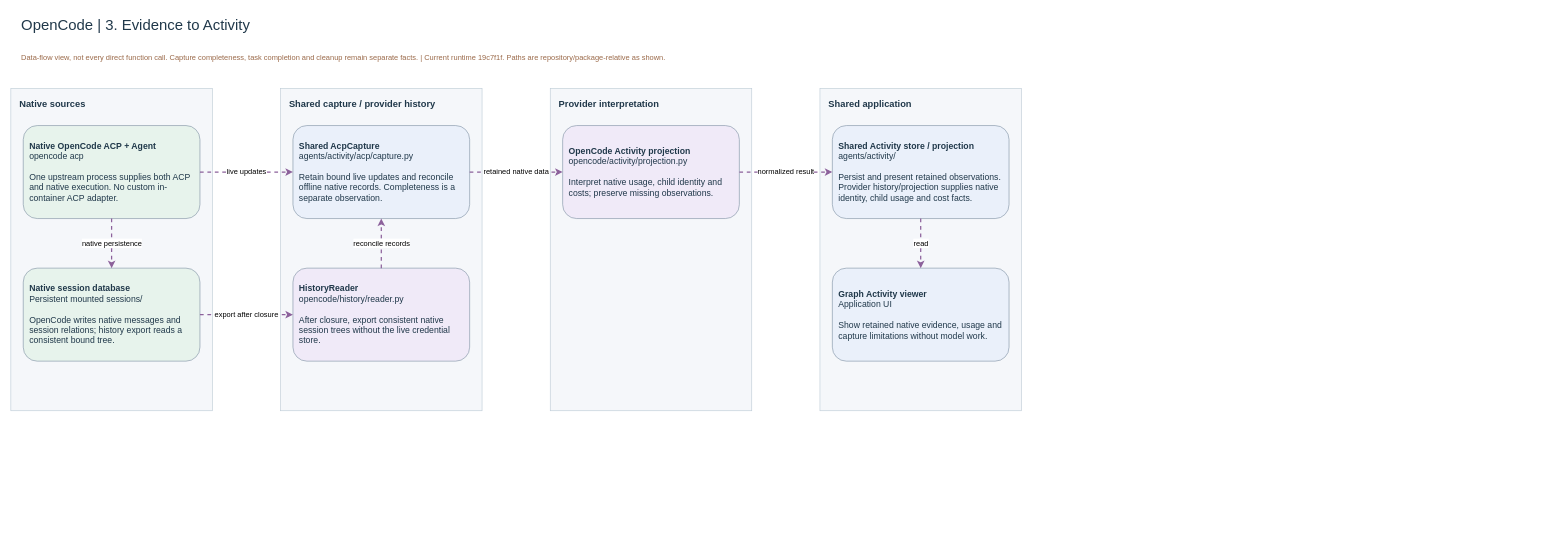
The draw.io diagram page "3. Evidence to Activity" (3 of 3) of docs/features/agents/assets/provider-interactions/opencode-custom-code.drawio in amadou-6e/laomedo, before the edit. Source tidied: cells renumbered, new cells numbered last; positions are measured from the earlier drawing's top-left corner, leaving out a move shared by most shapes. Both pictures are drawn from the tidied source at 62%, with x=0, y=0 at pixel (11, 11).
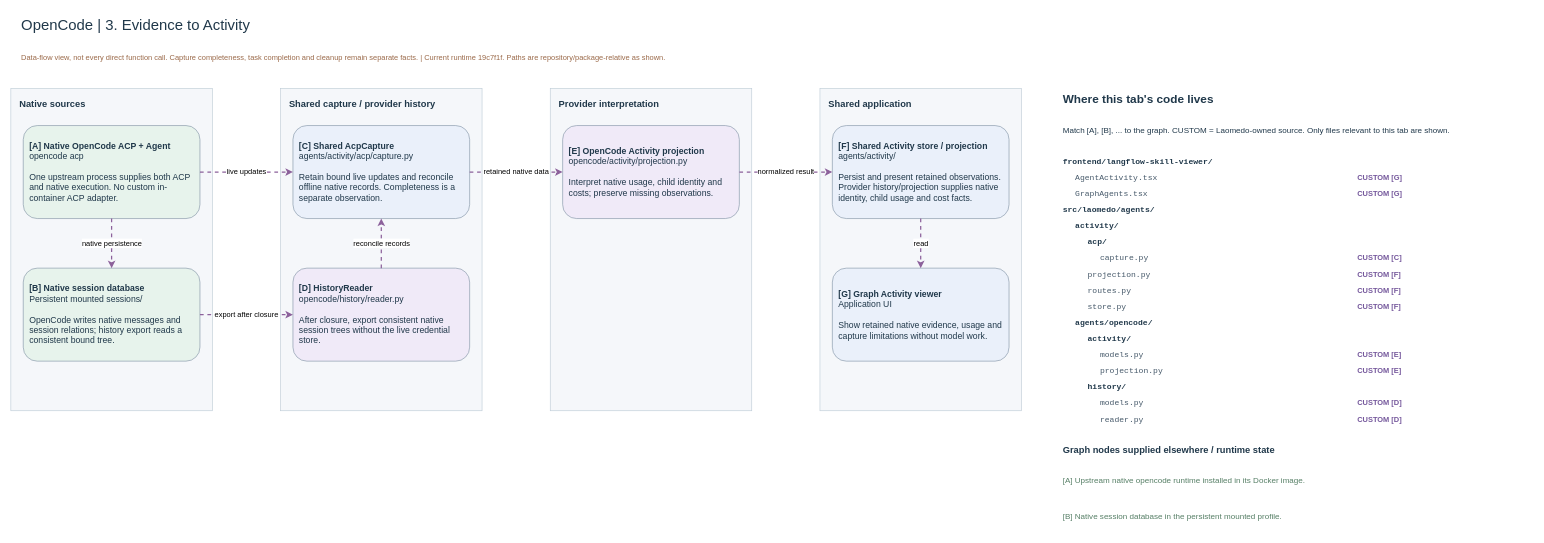
After the change.

Unchanged cells that the change refers to:
```xml
<mxCell id="4" value="Native sources" style="rounded=0;whiteSpace=wrap;html=1;resizeChildren=0;align=left;verticalAlign=top;spacingLeft=12;spacingTop=10;fillColor=#F5F7FA;strokeColor=#BDCBD6;fontColor=#20384A;fontSize=15;fontStyle=1;" parent="1" vertex="1">
  <mxGeometry y="125" width="325" height="520" as="geometry" />
</mxCell>
<mxCell id="7" value="Shared capture / provider history" style="rounded=0;whiteSpace=wrap;html=1;resizeChildren=0;align=left;verticalAlign=top;spacingLeft=12;spacingTop=10;fillColor=#F5F7FA;strokeColor=#BDCBD6;fontColor=#20384A;fontSize=15;fontStyle=1;" parent="1" vertex="1">
  <mxGeometry x="435" y="125" width="325" height="520" as="geometry" />
</mxCell>
<mxCell id="10" value="Provider interpretation" style="rounded=0;whiteSpace=wrap;html=1;resizeChildren=0;align=left;verticalAlign=top;spacingLeft=12;spacingTop=10;fillColor=#F5F7FA;strokeColor=#BDCBD6;fontColor=#20384A;fontSize=15;fontStyle=1;" parent="1" vertex="1">
  <mxGeometry x="870" y="125" width="325" height="520" as="geometry" />
</mxCell>
<mxCell id="12" value="Shared application" style="rounded=0;whiteSpace=wrap;html=1;resizeChildren=0;align=left;verticalAlign=top;spacingLeft=12;spacingTop=10;fillColor=#F5F7FA;strokeColor=#BDCBD6;fontColor=#20384A;fontSize=15;fontStyle=1;" parent="1" vertex="1">
  <mxGeometry x="1305" y="125" width="325" height="520" as="geometry" />
</mxCell>
```

Change to the diagram source:
```diff
@@
-    <mxCell id="5" value="&lt;b&gt;Native OpenCode ACP + Agent&lt;/b&gt;&lt;br/&gt;opencode acp&lt;br/&gt;&lt;br/&gt;One upstream process supplies both ACP and native execution. No custom in-container ACP adapter." style="shape=rectangle;rounded=1;whiteSpace=wrap;html=1;align=left;verticalAlign=middle;spacing=10;fillColor=#E7F3EC;strokeColor=#8193A5;fontColor=#20384A;fontSize=14;" parent="4" vertex="1">
+    <mxCell id="5" value="&lt;b&gt;[A] Native OpenCode ACP + Agent&lt;/b&gt;&lt;br/&gt;opencode acp&lt;br/&gt;&lt;br/&gt;One upstream process supplies both ACP and native execution. No custom in-container ACP adapter." style="shape=rectangle;rounded=1;whiteSpace=wrap;html=1;align=left;verticalAlign=middle;spacing=10;fillColor=#E7F3EC;strokeColor=#8193A5;fontColor=#20384A;fontSize=14;" parent="4" vertex="1">
       <mxGeometry x="20" y="60" width="285" height="150" as="geometry" />
     </mxCell>
-    <mxCell id="6" value="&lt;b&gt;Native session database&lt;/b&gt;&lt;br/&gt;Persistent mounted sessions/&lt;br/&gt;&lt;br/&gt;OpenCode writes native messages and session relations; history export reads a consistent bound tree." style="shape=rectangle;rounded=1;whiteSpace=wrap;html=1;align=left;verticalAlign=middle;spacing=10;fillColor=#E7F3EC;strokeColor=#8193A5;fontColor=#20384A;fontSize=14;" parent="4" vertex="1">
+    <mxCell id="6" value="&lt;b&gt;[B] Native session database&lt;/b&gt;&lt;br/&gt;Persistent mounted sessions/&lt;br/&gt;&lt;br/&gt;OpenCode writes native messages and session relations; history export reads a consistent bound tree." style="shape=rectangle;rounded=1;whiteSpace=wrap;html=1;align=left;verticalAlign=middle;spacing=10;fillColor=#E7F3EC;strokeColor=#8193A5;fontColor=#20384A;fontSize=14;" parent="4" vertex="1">
       <mxGeometry x="20" y="290" width="285" height="150" as="geometry" />
     </mxCell>
@@
-    <mxCell id="8" value="&lt;b&gt;Shared AcpCapture&lt;/b&gt;&lt;br/&gt;agents/activity/acp/capture.py&lt;br/&gt;&lt;br/&gt;Retain bound live updates and reconcile offline native records. Completeness is a separate observation." style="shape=rectangle;rounded=1;whiteSpace=wrap;html=1;align=left;verticalAlign=middle;spacing=10;fillColor=#EAF0FA;strokeColor=#8193A5;fontColor=#20384A;fontSize=14;" parent="7" vertex="1">
+    <mxCell id="8" value="&lt;b&gt;[C] Shared AcpCapture&lt;/b&gt;&lt;br/&gt;agents/activity/acp/capture.py&lt;br/&gt;&lt;br/&gt;Retain bound live updates and reconcile offline native records. Completeness is a separate observation." style="shape=rectangle;rounded=1;whiteSpace=wrap;html=1;align=left;verticalAlign=middle;spacing=10;fillColor=#EAF0FA;strokeColor=#8193A5;fontColor=#20384A;fontSize=14;" parent="7" vertex="1">
       <mxGeometry x="20" y="60" width="285" height="150" as="geometry" />
     </mxCell>
-    <mxCell id="9" value="&lt;b&gt;HistoryReader&lt;/b&gt;&lt;br/&gt;opencode/history/reader.py&lt;br/&gt;&lt;br/&gt;After closure, export consistent native session trees without the live credential store." style="shape=rectangle;rounded=1;whiteSpace=wrap;html=1;align=left;verticalAlign=middle;spacing=10;fillColor=#F0EAF8;strokeColor=#8193A5;fontColor=#20384A;fontSize=14;" parent="7" vertex="1">
+    <mxCell id="9" value="&lt;b&gt;[D] HistoryReader&lt;/b&gt;&lt;br/&gt;opencode/history/reader.py&lt;br/&gt;&lt;br/&gt;After closure, export consistent native session trees without the live credential store." style="shape=rectangle;rounded=1;whiteSpace=wrap;html=1;align=left;verticalAlign=middle;spacing=10;fillColor=#F0EAF8;strokeColor=#8193A5;fontColor=#20384A;fontSize=14;" parent="7" vertex="1">
       <mxGeometry x="20" y="290" width="285" height="150" as="geometry" />
     </mxCell>
@@
-    <mxCell id="11" value="&lt;b&gt;OpenCode Activity projection&lt;/b&gt;&lt;br/&gt;opencode/activity/projection.py&lt;br/&gt;&lt;br/&gt;Interpret native usage, child identity and costs; preserve missing observations." style="shape=rectangle;rounded=1;whiteSpace=wrap;html=1;align=left;verticalAlign=middle;spacing=10;fillColor=#F0EAF8;strokeColor=#8193A5;fontColor=#20384A;fontSize=14;" parent="10" vertex="1">
+    <mxCell id="11" value="&lt;b&gt;[E] OpenCode Activity projection&lt;/b&gt;&lt;br/&gt;opencode/activity/projection.py&lt;br/&gt;&lt;br/&gt;Interpret native usage, child identity and costs; preserve missing observations." style="shape=rectangle;rounded=1;whiteSpace=wrap;html=1;align=left;verticalAlign=middle;spacing=10;fillColor=#F0EAF8;strokeColor=#8193A5;fontColor=#20384A;fontSize=14;" parent="10" vertex="1">
       <mxGeometry x="20" y="60" width="285" height="150" as="geometry" />
     </mxCell>
@@
-    <mxCell id="13" value="&lt;b&gt;Shared Activity store / projection&lt;/b&gt;&lt;br/&gt;agents/activity/&lt;br/&gt;&lt;br/&gt;Persist and present retained observations. Provider history/projection supplies native identity, child usage and cost facts." style="shape=rectangle;rounded=1;whiteSpace=wrap;html=1;align=left;verticalAlign=middle;spacing=10;fillColor=#EAF0FA;strokeColor=#8193A5;fontColor=#20384A;fontSize=14;" parent="12" vertex="1">
+    <mxCell id="13" value="&lt;b&gt;[F] Shared Activity store / projection&lt;/b&gt;&lt;br/&gt;agents/activity/&lt;br/&gt;&lt;br/&gt;Persist and present retained observations. Provider history/projection supplies native identity, child usage and cost facts." style="shape=rectangle;rounded=1;whiteSpace=wrap;html=1;align=left;verticalAlign=middle;spacing=10;fillColor=#EAF0FA;strokeColor=#8193A5;fontColor=#20384A;fontSize=14;" parent="12" vertex="1">
       <mxGeometry x="20" y="60" width="285" height="150" as="geometry" />
     </mxCell>
-    <mxCell id="14" value="&lt;b&gt;Graph Activity viewer&lt;/b&gt;&lt;br/&gt;Application UI&lt;br/&gt;&lt;br/&gt;Show retained native evidence, usage and capture limitations without model work." style="shape=rectangle;rounded=1;whiteSpace=wrap;html=1;align=left;verticalAlign=middle;spacing=10;fillColor=#EAF0FA;strokeColor=#8193A5;fontColor=#20384A;fontSize=14;" parent="12" vertex="1">
+    <mxCell id="14" value="&lt;b&gt;[G] Graph Activity viewer&lt;/b&gt;&lt;br/&gt;Application UI&lt;br/&gt;&lt;br/&gt;Show retained native evidence, usage and capture limitations without model work." style="shape=rectangle;rounded=1;whiteSpace=wrap;html=1;align=left;verticalAlign=middle;spacing=10;fillColor=#EAF0FA;strokeColor=#8193A5;fontColor=#20384A;fontSize=14;" parent="12" vertex="1">
       <mxGeometry x="20" y="290" width="285" height="150" as="geometry" />
     </mxCell>
@@
+    <mxCell id="22" value="Where this tab&amp;#x27;s code lives" style="text;html=1;whiteSpace=wrap;align=left;verticalAlign=middle;strokeColor=none;fillColor=none;fontFamily=Arial;fontSize=19;fontColor=#20384A;fontStyle=1;" parent="1" vertex="1">
+      <mxGeometry x="1695" y="125" width="760" height="35" as="geometry" />
+    </mxCell>
+    <mxCell id="23" value="Match [A], [B], ... to the graph. CUSTOM = Laomedo-owned source. Only files relevant to this tab are shown." style="text;html=1;whiteSpace=wrap;align=left;verticalAlign=middle;strokeColor=none;fillColor=none;fontFamily=Arial;fontSize=13;fontColor=#20384A;fontStyle=0;" parent="1" vertex="1">
+      <mxGeometry x="1695" y="165" width="760" height="55" as="geometry" />
+    </mxCell>
+    <mxCell id="24" value="frontend/langflow-skill-viewer/" style="text;html=1;whiteSpace=wrap;align=left;verticalAlign=middle;strokeColor=none;fillColor=none;fontFamily=Consolas;fontSize=13;fontColor=#20384A;fontStyle=1;" parent="1" vertex="1">
+      <mxGeometry x="1695" y="230" width="465" height="25" as="geometry" />
+    </mxCell>
+    <mxCell id="25" value="AgentActivity.tsx" style="text;html=1;whiteSpace=wrap;align=left;verticalAlign=middle;strokeColor=none;fillColor=none;fontFamily=Consolas;fontSize=13;fontColor=#455869;fontStyle=0;" parent="1" vertex="1">
+      <mxGeometry x="1715" y="256" width="445" height="25" as="geometry" />
+    </mxCell>
+    <mxCell id="26" value="CUSTOM  [G]" style="text;html=1;whiteSpace=wrap;align=left;verticalAlign=middle;strokeColor=none;fillColor=none;fontFamily=Arial;fontSize=12;fontColor=#75589C;fontStyle=1;" parent="1" vertex="1">
+      <mxGeometry x="2170" y="256" width="280" height="25" as="geometry" />
+    </mxCell>
+    <mxCell id="27" value="GraphAgents.tsx" style="text;html=1;whiteSpace=wrap;align=left;verticalAlign=middle;strokeColor=none;fillColor=none;fontFamily=Consolas;fontSize=13;fontColor=#455869;fontStyle=0;" parent="1" vertex="1">
+      <mxGeometry x="1715" y="282" width="445" height="25" as="geometry" />
+    </mxCell>
+    <mxCell id="28" value="CUSTOM  [G]" style="text;html=1;whiteSpace=wrap;align=left;verticalAlign=middle;strokeColor=none;fillColor=none;fontFamily=Arial;fontSize=12;fontColor=#75589C;fontStyle=1;" parent="1" vertex="1">
+      <mxGeometry x="2170" y="282" width="280" height="25" as="geometry" />
+    </mxCell>
+    <mxCell id="29" value="src/laomedo/agents/" style="text;html=1;whiteSpace=wrap;align=left;verticalAlign=middle;strokeColor=none;fillColor=none;fontFamily=Consolas;fontSize=13;fontColor=#20384A;fontStyle=1;" parent="1" vertex="1">
+      <mxGeometry x="1695" y="308" width="465" height="25" as="geometry" />
+    </mxCell>
+    <mxCell id="30" value="activity/" style="text;html=1;whiteSpace=wrap;align=left;verticalAlign=middle;strokeColor=none;fillColor=none;fontFamily=Consolas;fontSize=13;fontColor=#20384A;fontStyle=1;" parent="1" vertex="1">
+      <mxGeometry x="1715" y="334" width="445" height="25" as="geometry" />
+    </mxCell>
+    <mxCell id="31" value="acp/" style="text;html=1;whiteSpace=wrap;align=left;verticalAlign=middle;strokeColor=none;fillColor=none;fontFamily=Consolas;fontSize=13;fontColor=#20384A;fontStyle=1;" parent="1" vertex="1">
+      <mxGeometry x="1735" y="360" width="425" height="25" as="geometry" />
+    </mxCell>
+    <mxCell id="32" value="capture.py" style="text;html=1;whiteSpace=wrap;align=left;verticalAlign=middle;strokeColor=none;fillColor=none;fontFamily=Consolas;fontSize=13;fontColor=#455869;fontStyle=0;" parent="1" vertex="1">
+      <mxGeometry x="1755" y="386" width="405" height="25" as="geometry" />
+    </mxCell>
+    <mxCell id="33" value="CUSTOM  [C]" style="text;html=1;whiteSpace=wrap;align=left;verticalAlign=middle;strokeColor=none;fillColor=none;fontFamily=Arial;fontSize=12;fontColor=#75589C;fontStyle=1;" parent="1" vertex="1">
+      <mxGeometry x="2170" y="386" width="280" height="25" as="geometry" />
+    </mxCell>
+    <mxCell id="34" value="projection.py" style="text;html=1;whiteSpace=wrap;align=left;verticalAlign=middle;strokeColor=none;fillColor=none;fontFamily=Consolas;fontSize=13;fontColor=#455869;fontStyle=0;" parent="1" vertex="1">
+      <mxGeometry x="1735" y="412" width="425" height="25" as="geometry" />
+    </mxCell>
+    <mxCell id="35" value="CUSTOM  [F]" style="text;html=1;whiteSpace=wrap;align=left;verticalAlign=middle;strokeColor=none;fillColor=none;fontFamily=Arial;fontSize=12;fontColor=#75589C;fontStyle=1;" parent="1" vertex="1">
+      <mxGeometry x="2170" y="412" width="280" height="25" as="geometry" />
+    </mxCell>
+    <mxCell id="36" value="routes.py" style="text;html=1;whiteSpace=wrap;align=left;verticalAlign=middle;strokeColor=none;fillColor=none;fontFamily=Consolas;fontSize=13;fontColor=#455869;fontStyle=0;" parent="1" vertex="1">
+      <mxGeometry x="1735" y="438" width="425" height="25" as="geometry" />
+    </mxCell>
+    <mxCell id="37" value="CUSTOM  [F]" style="text;html=1;whiteSpace=wrap;align=left;verticalAlign=middle;strokeColor=none;fillColor=none;fontFamily=Arial;fontSize=12;fontColor=#75589C;fontStyle=1;" parent="1" vertex="1">
+      <mxGeometry x="2170" y="438" width="280" height="25" as="geometry" />
+    </mxCell>
+    <mxCell id="38" value="store.py" style="text;html=1;whiteSpace=wrap;align=left;verticalAlign=middle;strokeColor=none;fillColor=none;fontFamily=Consolas;fontSize=13;fontColor=#455869;fontStyle=0;" parent="1" vertex="1">
+      <mxGeometry x="1735" y="464" width="425" height="25" as="geometry" />
+    </mxCell>
+    <mxCell id="39" value="CUSTOM  [F]" style="text;html=1;whiteSpace=wrap;align=left;verticalAlign=middle;strokeColor=none;fillColor=none;fontFamily=Arial;fontSize=12;fontColor=#75589C;fontStyle=1;" parent="1" vertex="1">
+      <mxGeometry x="2170" y="464" width="280" height="25" as="geometry" />
+    </mxCell>
+    <mxCell id="40" value="agents/opencode/" style="text;html=1;whiteSpace=wrap;align=left;verticalAlign=middle;strokeColor=none;fillColor=none;fontFamily=Consolas;fontSize=13;fontColor=#20384A;fontStyle=1;" parent="1" vertex="1">
+      <mxGeometry x="1715" y="490" width="445" height="25" as="geometry" />
+    </mxCell>
+    <mxCell id="41" value="activity/" style="text;html=1;whiteSpace=wrap;align=left;verticalAlign=middle;strokeColor=none;fillColor=none;fontFamily=Consolas;fontSize=13;fontColor=#20384A;fontStyle=1;" parent="1" vertex="1">
+      <mxGeometry x="1735" y="516" width="425" height="25" as="geometry" />
+    </mxCell>
+    <mxCell id="42" value="models.py" style="text;html=1;whiteSpace=wrap;align=left;verticalAlign=middle;strokeColor=none;fillColor=none;fontFamily=Consolas;fontSize=13;fontColor=#455869;fontStyle=0;" parent="1" vertex="1">
+      <mxGeometry x="1755" y="542" width="405" height="25" as="geometry" />
+    </mxCell>
+    <mxCell id="43" value="CUSTOM  [E]" style="text;html=1;whiteSpace=wrap;align=left;verticalAlign=middle;strokeColor=none;fillColor=none;fontFamily=Arial;fontSize=12;fontColor=#75589C;fontStyle=1;" parent="1" vertex="1">
+      <mxGeometry x="2170" y="542" width="280" height="25" as="geometry" />
+    </mxCell>
+    <mxCell id="44" value="projection.py" style="text;html=1;whiteSpace=wrap;align=left;verticalAlign=middle;strokeColor=none;fillColor=none;fontFamily=Consolas;fontSize=13;fontColor=#455869;fontStyle=0;" parent="1" vertex="1">
+      <mxGeometry x="1755" y="568" width="405" height="25" as="geometry" />
+    </mxCell>
+    <mxCell id="45" value="CUSTOM  [E]" style="text;html=1;whiteSpace=wrap;align=left;verticalAlign=middle;strokeColor=none;fillColor=none;fontFamily=Arial;fontSize=12;fontColor=#75589C;fontStyle=1;" parent="1" vertex="1">
+      <mxGeometry x="2170" y="568" width="280" height="25" as="geometry" />
+    </mxCell>
+    <mxCell id="46" value="history/" style="text;html=1;whiteSpace=wrap;align=left;verticalAlign=middle;strokeColor=none;fillColor=none;fontFamily=Consolas;fontSize=13;fontColor=#20384A;fontStyle=1;" parent="1" vertex="1">
+      <mxGeometry x="1735" y="594" width="425" height="25" as="geometry" />
+    </mxCell>
+    <mxCell id="47" value="models.py" style="text;html=1;whiteSpace=wrap;align=left;verticalAlign=middle;strokeColor=none;fillColor=none;fontFamily=Consolas;fontSize=13;fontColor=#455869;fontStyle=0;" parent="1" vertex="1">
+      <mxGeometry x="1755" y="620" width="405" height="25" as="geometry" />
+    </mxCell>
+    <mxCell id="48" value="CUSTOM  [D]" style="text;html=1;whiteSpace=wrap;align=left;verticalAlign=middle;strokeColor=none;fillColor=none;fontFamily=Arial;fontSize=12;fontColor=#75589C;fontStyle=1;" parent="1" vertex="1">
+      <mxGeometry x="2170" y="620" width="280" height="25" as="geometry" />
+    </mxCell>
+    <mxCell id="49" value="reader.py" style="text;html=1;whiteSpace=wrap;align=left;verticalAlign=middle;strokeColor=none;fillColor=none;fontFamily=Consolas;fontSize=13;fontColor=#455869;fontStyle=0;" parent="1" vertex="1">
+      <mxGeometry x="1755" y="646" width="405" height="25" as="geometry" />
+    </mxCell>
+    <mxCell id="50" value="CUSTOM  [D]" style="text;html=1;whiteSpace=wrap;align=left;verticalAlign=middle;strokeColor=none;fillColor=none;fontFamily=Arial;fontSize=12;fontColor=#75589C;fontStyle=1;" parent="1" vertex="1">
+      <mxGeometry x="2170" y="646" width="280" height="25" as="geometry" />
+    </mxCell>
+    <mxCell id="51" value="Graph nodes supplied elsewhere / runtime state" style="text;html=1;whiteSpace=wrap;align=left;verticalAlign=middle;strokeColor=none;fillColor=none;fontFamily=Arial;fontSize=15;fontColor=#20384A;fontStyle=1;" parent="1" vertex="1">
+      <mxGeometry x="1695" y="690" width="760" height="35" as="geometry" />
+    </mxCell>
+    <mxCell id="52" value="[A] Upstream native opencode runtime installed in its Docker image." style="text;html=1;whiteSpace=wrap;align=left;verticalAlign=middle;strokeColor=none;fillColor=none;fontFamily=Arial;fontSize=13;fontColor=#557E65;fontStyle=0;" parent="1" vertex="1">
+      <mxGeometry x="1695" y="730" width="760" height="53" as="geometry" />
+    </mxCell>
+    <mxCell id="53" value="[B] Native session database in the persistent mounted profile." style="text;html=1;whiteSpace=wrap;align=left;verticalAlign=middle;strokeColor=none;fillColor=none;fontFamily=Arial;fontSize=13;fontColor=#557E65;fontStyle=0;" parent="1" vertex="1">
+      <mxGeometry x="1695" y="788" width="760" height="53" as="geometry" />
+    </mxCell>
```
